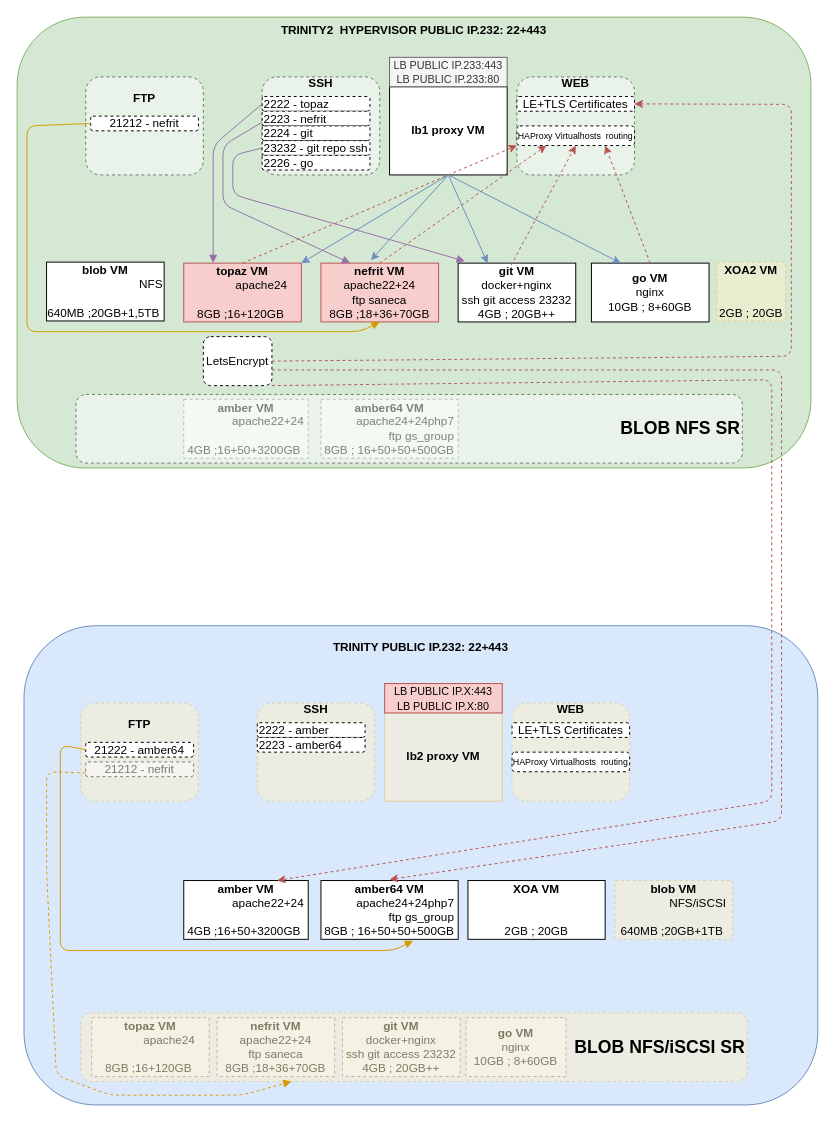
Above: lb-draft.drawio in maniac0r/audio (draw.io), before the change. Source tidied: cells renumbered, new cells numbered last; positions are measured from the earlier drawing's top-left corner, leaving out a move shared by most shapes. Both pictures are drawn from the tidied source at 98%, with x=0, y=0 at pixel (17, 17).
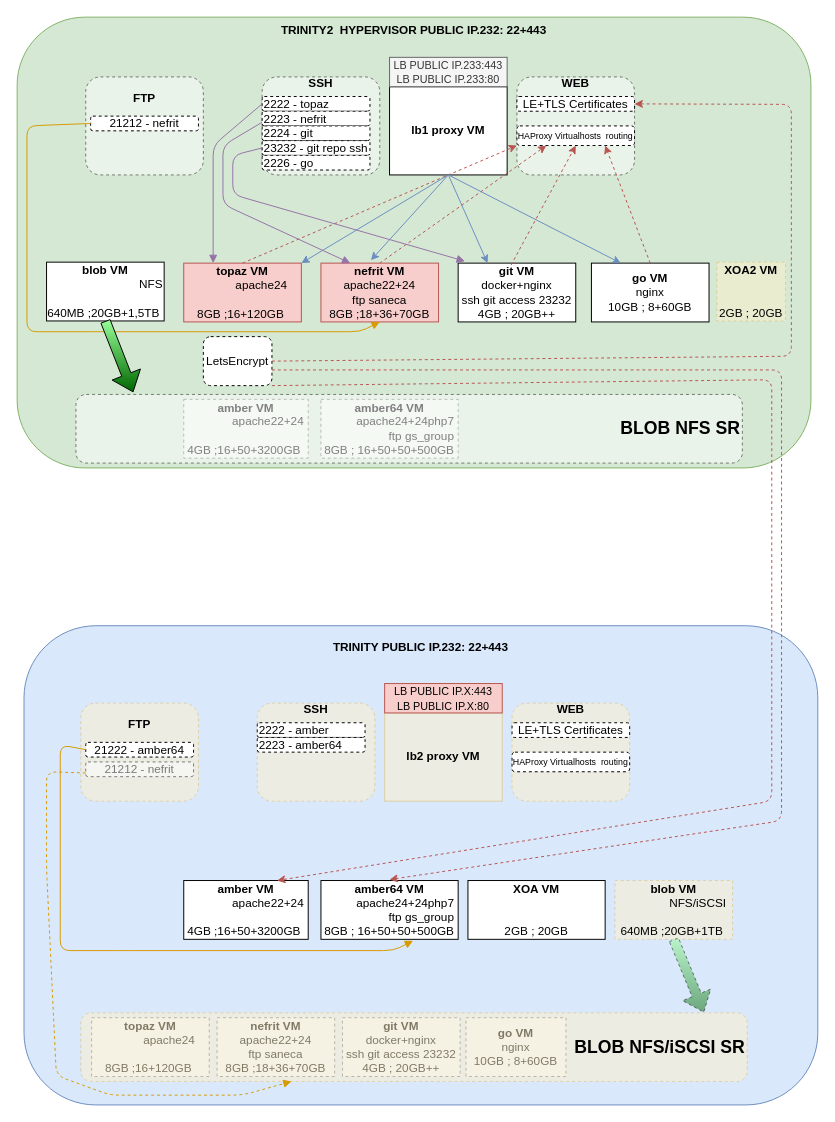
The same page after the edit.

Unchanged cells that the change refers to:
```xml
<mxCell id="44" value="&lt;b&gt;&lt;font style=&quot;font-size: 18px&quot;&gt;BLOB NFS SR&lt;/font&gt;&lt;/b&gt;" style="rounded=1;whiteSpace=wrap;html=1;dashed=1;opacity=50;align=right;" parent="1" vertex="1">
  <mxGeometry x="60" y="385" width="680" height="70" as="geometry" />
</mxCell>
<mxCell id="45" value="&lt;b&gt;&lt;font style=&quot;font-size: 18px&quot;&gt;BLOB NFS/iSCSI SR&lt;/font&gt;&lt;/b&gt;" style="rounded=1;whiteSpace=wrap;html=1;dashed=1;opacity=50;align=right;fillColor=#fff2cc;strokeColor=#d6b656;" parent="1" vertex="1">
  <mxGeometry x="65" y="1016" width="680" height="70" as="geometry" />
</mxCell>
<mxCell id="46" value="&lt;b&gt;blob VM&lt;br&gt;&lt;div style=&quot;text-align: right&quot;&gt;&lt;span style=&quot;font-weight: normal&quot;&gt;NFS&lt;/span&gt;&lt;/div&gt;&lt;/b&gt;&lt;div&gt;&lt;div style=&quot;text-align: right&quot;&gt;&lt;br&gt;&lt;/div&gt;&lt;div style=&quot;text-align: right&quot;&gt;640MB ;20GB+1,5TB&amp;nbsp;&lt;br&gt;&lt;/div&gt;&lt;/div&gt;" style="rounded=0;whiteSpace=wrap;html=1;" parent="1" vertex="1">
  <mxGeometry x="30" y="250" width="120" height="60" as="geometry" />
</mxCell>
<mxCell id="47" value="&lt;b&gt;blob VM&lt;br&gt;&lt;div style=&quot;text-align: right&quot;&gt;&lt;span style=&quot;font-weight: normal&quot;&gt;NFS/iSCSI&lt;/span&gt;&lt;/div&gt;&lt;/b&gt;&lt;div&gt;&lt;div style=&quot;text-align: right&quot;&gt;&lt;br&gt;&lt;/div&gt;&lt;div style=&quot;text-align: right&quot;&gt;640MB ;20GB+1TB&amp;nbsp;&lt;br&gt;&lt;/div&gt;&lt;/div&gt;" style="rounded=0;whiteSpace=wrap;html=1;dashed=1;fillColor=#fff2cc;strokeColor=#d6b656;opacity=50;" parent="1" vertex="1">
  <mxGeometry x="610" y="881" width="120" height="60" as="geometry" />
</mxCell>
```

What changed in the source:
```diff
@@
+    <mxCell id="64" style="shape=flexArrow;endArrow=classic;html=1;exitX=0.5;exitY=1;exitDx=0;exitDy=0;entryX=0.086;entryY=-0.031;entryDx=0;entryDy=0;entryPerimeter=0;strokeWidth=1;shadow=0;fillColor=#99FF99;gradientColor=#006600;" parent="1" edge="1" source="46" target="44">
+      <mxGeometry relative="1" as="geometry" />
+    </mxCell>
+    <mxCell id="65" style="shape=flexArrow;endArrow=classic;html=1;exitX=0.5;exitY=1;exitDx=0;exitDy=0;entryX=0.935;entryY=-0.004;entryDx=0;entryDy=0;entryPerimeter=0;strokeWidth=1;shadow=0;fillColor=#99FF99;gradientColor=#006600;opacity=50;dashed=1;" parent="1" edge="1" source="47" target="45">
+      <mxGeometry relative="1" as="geometry" />
+    </mxCell>
```
